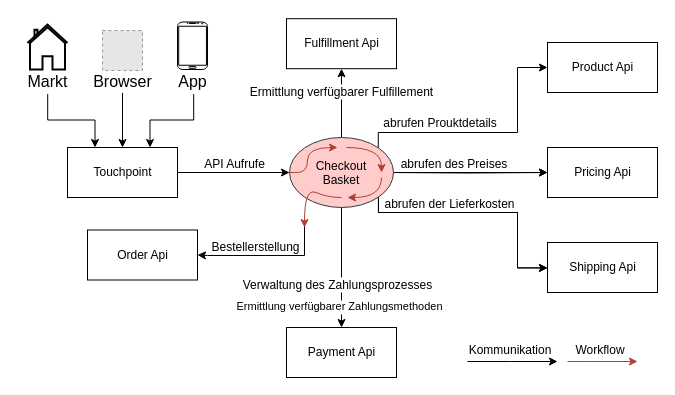
Before: svg/ContextDiagramm.drawio in Thalmaier/bachelor-thesis, a draw.io diagram. Source tidied: cells renumbered, new cells numbered last; positions are measured from the earlier drawing's top-left corner, leaving out a move shared by most shapes. Both pictures are drawn from the tidied source at 100%, with x=0, y=0 at pixel (17, 17). Pictures stored in the file or linked from it are replaced by grey dashed boxes.
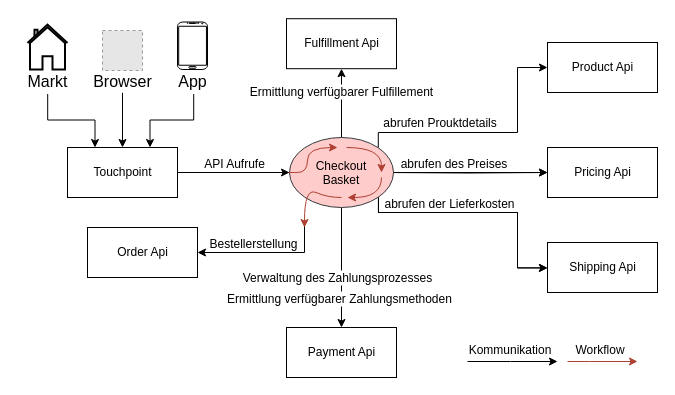
The same diagram, later.

Unchanged cells that the change refers to:
```xml
<mxCell id="2" style="edgeStyle=orthogonalEdgeStyle;rounded=0;jettySize=auto;html=1;fontSize=12;fontColor=#000000;strokeColor=#000000;" parent="1" edge="1" source="17" target="37">
  <mxGeometry relative="1" as="geometry" />
</mxCell>
```

Change to the diagram source:
```diff
@@
     <mxCell id="3" value="Verwaltung des Zahlungsprozesses" style="edgeLabel;align=center;verticalAlign=middle;fontSize=12;fontColor=default;labelBackgroundColor=#FFFFFF;" parent="2" vertex="1">
       <mxGeometry x="-0.18" y="4" relative="1" as="geometry">
-        <mxPoint x="-8" y="27" as="offset" />
+        <mxPoint x="-8" y="20" as="offset" />
       </mxGeometry>
     </mxCell>
-    <mxCell id="4" value="Ermittlung verfügbarer Zahlungsmethoden" style="edgeLabel;align=center;verticalAlign=middle;fontColor=default;labelBackgroundColor=#FFFFFF;" parent="2" vertex="1">
+    <mxCell id="4" value="Ermittlung verfügbarer Zahlungsmethoden" style="edgeLabel;align=center;verticalAlign=middle;fontColor=default;labelBackgroundColor=#FFFFFF;fontSize=12;" parent="2" vertex="1">
       <mxGeometry x="0.63" y="1" relative="1" as="geometry">
-        <mxPoint x="-3" as="offset" />
+        <mxPoint x="-3" y="-8" as="offset" />
       </mxGeometry>
     </mxCell>
@@
     <mxCell id="13" style="edgeStyle=orthogonalEdgeStyle;rounded=0;jettySize=auto;html=1;fontSize=12;entryX=1;entryY=0.5;entryDx=0;entryDy=0;fontColor=#000000;strokeColor=#000000;" parent="1" edge="1" target="32">
       <mxGeometry relative="1" as="geometry">
         <mxPoint x="287" y="206" as="sourcePoint" />
         <Array as="points">
-          <mxPoint x="287" y="238" />
-          <mxPoint x="190" y="238" />
+          <mxPoint x="287" y="235" />
         </Array>
       </mxGeometry>
     </mxCell>
@@
     <mxCell id="32" value="Order Api" style="html=1;fontSize=12;strokeWidth=1;fillColor=none;fontColor=#000000;strokeColor=#000000;" parent="1" vertex="1">
-      <mxGeometry x="70" y="212.5" width="110" height="50" as="geometry" />
+      <mxGeometry x="70" y="210" width="110" height="50" as="geometry" />
     </mxCell>
```
